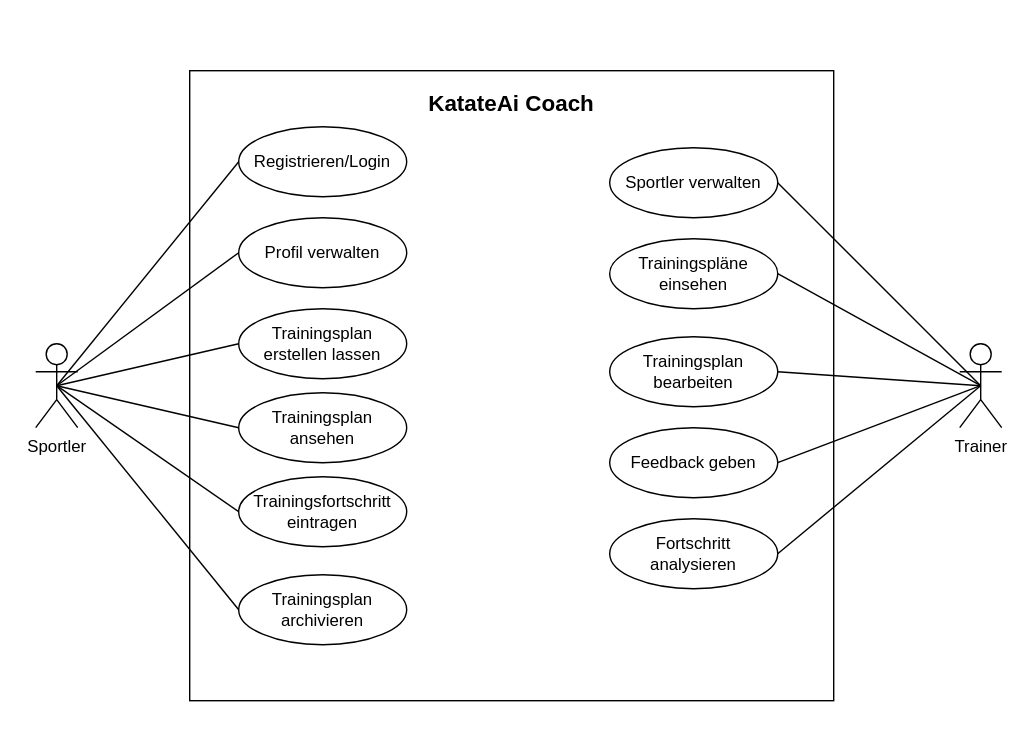
Before: doc/uc-diagram.drawio.svg, a diagram exported from draw.io (Arben-ai/karateaicoach). Source tidied: cells renumbered, new cells last; positions are measured from the earlier drawing's top-left corner, leaving out a move shared by most shapes. The source it was exported from:
```xml
<mxGraphModel>
  <root>
    <mxCell id="0" />
    <mxCell id="1" parent="0" />
    <mxCell id="2" style="rounded=0;whiteSpace=wrap;html=1;strokeColor=none;" parent="1" vertex="1">
      <mxGeometry width="730" height="530" as="geometry" />
    </mxCell>
    <mxCell id="3" value="&lt;font style=&quot;font-size: 16px;&quot;&gt;&lt;b&gt;KatateAi Coach&lt;/b&gt;&lt;/font&gt;&lt;div&gt;&lt;br&gt;&lt;/div&gt;&lt;div&gt;&lt;br&gt;&lt;/div&gt;&lt;div&gt;&lt;br&gt;&lt;/div&gt;&lt;div&gt;&lt;br&gt;&lt;/div&gt;&lt;div&gt;&lt;br&gt;&lt;/div&gt;&lt;div&gt;&lt;br&gt;&lt;/div&gt;&lt;div&gt;&lt;br&gt;&lt;/div&gt;&lt;div&gt;&lt;br&gt;&lt;/div&gt;&lt;div&gt;&lt;br&gt;&lt;/div&gt;&lt;div&gt;&lt;br&gt;&lt;/div&gt;&lt;div&gt;&lt;br&gt;&lt;/div&gt;&lt;div&gt;&lt;br&gt;&lt;/div&gt;&lt;div&gt;&lt;br&gt;&lt;/div&gt;&lt;div&gt;&lt;br&gt;&lt;/div&gt;&lt;div&gt;&lt;br&gt;&lt;/div&gt;&lt;div&gt;&lt;br&gt;&lt;/div&gt;&lt;div&gt;&lt;br&gt;&lt;/div&gt;&lt;div&gt;&lt;br&gt;&lt;/div&gt;&lt;div&gt;&lt;br&gt;&lt;/div&gt;&lt;div&gt;&lt;br&gt;&lt;/div&gt;&lt;div&gt;&lt;br&gt;&lt;/div&gt;&lt;div&gt;&lt;br&gt;&lt;/div&gt;&lt;div&gt;&lt;br&gt;&lt;/div&gt;&lt;div&gt;&lt;br&gt;&lt;/div&gt;&lt;div&gt;&lt;br&gt;&lt;/div&gt;&lt;div&gt;&lt;br&gt;&lt;/div&gt;&lt;div&gt;&lt;br&gt;&lt;/div&gt;&lt;div&gt;&lt;br&gt;&lt;/div&gt;" style="rounded=0;whiteSpace=wrap;html=1;" parent="1" vertex="1">
      <mxGeometry x="135" y="50" width="460" height="450" as="geometry" />
    </mxCell>
    <mxCell id="4" style="edgeStyle=none;shape=connector;rounded=1;html=1;exitX=0.5;exitY=0.5;exitDx=0;exitDy=0;exitPerimeter=0;entryX=0;entryY=0.5;entryDx=0;entryDy=0;strokeColor=default;align=center;verticalAlign=middle;fontFamily=Helvetica;fontSize=11;fontColor=default;labelBackgroundColor=default;endArrow=none;endFill=0;" parent="1" edge="1" source="6" target="11">
      <mxGeometry relative="1" as="geometry" />
    </mxCell>
    <mxCell id="5" style="edgeStyle=none;shape=connector;rounded=1;html=1;exitX=0.5;exitY=0.5;exitDx=0;exitDy=0;exitPerimeter=0;entryX=0;entryY=0.5;entryDx=0;entryDy=0;strokeColor=default;align=center;verticalAlign=middle;fontFamily=Helvetica;fontSize=11;fontColor=default;labelBackgroundColor=default;endArrow=none;endFill=0;" parent="1" edge="1" source="6" target="10">
      <mxGeometry relative="1" as="geometry" />
    </mxCell>
    <mxCell id="6" value="Sportler" style="shape=umlActor;verticalLabelPosition=bottom;verticalAlign=top;html=1;outlineConnect=0;" parent="1" vertex="1">
      <mxGeometry x="25" y="245" width="30" height="60" as="geometry" />
    </mxCell>
    <mxCell id="7" style="edgeStyle=none;shape=connector;rounded=1;html=1;exitX=0.5;exitY=0.5;exitDx=0;exitDy=0;exitPerimeter=0;entryX=1;entryY=0.5;entryDx=0;entryDy=0;strokeColor=default;align=center;verticalAlign=middle;fontFamily=Helvetica;fontSize=11;fontColor=default;labelBackgroundColor=default;endArrow=none;endFill=0;" parent="1" edge="1" source="8" target="15">
      <mxGeometry relative="1" as="geometry" />
    </mxCell>
    <mxCell id="8" value="Trainer" style="shape=umlActor;verticalLabelPosition=bottom;verticalAlign=top;html=1;outlineConnect=0;" parent="1" vertex="1">
      <mxGeometry x="685" y="245" width="30" height="60" as="geometry" />
    </mxCell>
    <mxCell id="9" value="Registrieren/Login" style="ellipse;whiteSpace=wrap;html=1;" parent="1" vertex="1">
      <mxGeometry x="170" y="90" width="120" height="50" as="geometry" />
    </mxCell>
    <mxCell id="10" value="Trainingsplan erstellen lassen" style="ellipse;whiteSpace=wrap;html=1;" parent="1" vertex="1">
      <mxGeometry x="170" y="220" width="120" height="50" as="geometry" />
    </mxCell>
    <mxCell id="11" value="Profil verwalten" style="ellipse;whiteSpace=wrap;html=1;" parent="1" vertex="1">
      <mxGeometry x="170" y="155" width="120" height="50" as="geometry" />
    </mxCell>
    <mxCell id="12" value="Trainingsplan ansehen" style="ellipse;whiteSpace=wrap;html=1;" parent="1" vertex="1">
      <mxGeometry x="170" y="280" width="120" height="50" as="geometry" />
    </mxCell>
    <mxCell id="13" value="Trainingsfortschritt eintragen" style="ellipse;whiteSpace=wrap;html=1;" parent="1" vertex="1">
      <mxGeometry x="170" y="340" width="120" height="50" as="geometry" />
    </mxCell>
    <mxCell id="14" value="Trainingsplan archivieren" style="ellipse;whiteSpace=wrap;html=1;" parent="1" vertex="1">
      <mxGeometry x="170" y="410" width="120" height="50" as="geometry" />
    </mxCell>
    <mxCell id="15" value="Sportler verwalten" style="ellipse;whiteSpace=wrap;html=1;" parent="1" vertex="1">
      <mxGeometry x="435" y="105" width="120" height="50" as="geometry" />
    </mxCell>
    <mxCell id="16" value="Trainingspläne einsehen" style="ellipse;whiteSpace=wrap;html=1;" parent="1" vertex="1">
      <mxGeometry x="435" y="170" width="120" height="50" as="geometry" />
    </mxCell>
    <mxCell id="17" value="Trainingsplan bearbeiten" style="ellipse;whiteSpace=wrap;html=1;" parent="1" vertex="1">
      <mxGeometry x="435" y="240" width="120" height="50" as="geometry" />
    </mxCell>
    <mxCell id="18" value="Feedback geben" style="ellipse;whiteSpace=wrap;html=1;" parent="1" vertex="1">
      <mxGeometry x="435" y="305" width="120" height="50" as="geometry" />
    </mxCell>
    <mxCell id="19" value="Fortschritt analysieren" style="ellipse;whiteSpace=wrap;html=1;" parent="1" vertex="1">
      <mxGeometry x="435" y="370" width="120" height="50" as="geometry" />
    </mxCell>
    <mxCell id="20" style="edgeStyle=none;html=1;exitX=0;exitY=0.5;exitDx=0;exitDy=0;entryX=0.5;entryY=0.5;entryDx=0;entryDy=0;entryPerimeter=0;endArrow=none;endFill=0;" parent="1" edge="1" source="9" target="6">
      <mxGeometry relative="1" as="geometry" />
    </mxCell>
    <mxCell id="21" style="edgeStyle=none;shape=connector;rounded=1;html=1;exitX=0;exitY=0.5;exitDx=0;exitDy=0;entryX=0.5;entryY=0.5;entryDx=0;entryDy=0;entryPerimeter=0;strokeColor=default;align=center;verticalAlign=middle;fontFamily=Helvetica;fontSize=11;fontColor=default;labelBackgroundColor=default;endArrow=none;endFill=0;" parent="1" edge="1" source="12" target="6">
      <mxGeometry relative="1" as="geometry" />
    </mxCell>
    <mxCell id="22" style="edgeStyle=none;shape=connector;rounded=1;html=1;exitX=0;exitY=0.5;exitDx=0;exitDy=0;entryX=0.5;entryY=0.5;entryDx=0;entryDy=0;entryPerimeter=0;strokeColor=default;align=center;verticalAlign=middle;fontFamily=Helvetica;fontSize=11;fontColor=default;labelBackgroundColor=default;endArrow=none;endFill=0;" parent="1" edge="1" source="13" target="6">
      <mxGeometry relative="1" as="geometry" />
    </mxCell>
    <mxCell id="23" style="edgeStyle=none;shape=connector;rounded=1;html=1;exitX=0;exitY=0.5;exitDx=0;exitDy=0;entryX=0.5;entryY=0.5;entryDx=0;entryDy=0;entryPerimeter=0;strokeColor=default;align=center;verticalAlign=middle;fontFamily=Helvetica;fontSize=11;fontColor=default;labelBackgroundColor=default;endArrow=none;endFill=0;" parent="1" edge="1" source="14" target="6">
      <mxGeometry relative="1" as="geometry" />
    </mxCell>
    <mxCell id="24" style="edgeStyle=none;shape=connector;rounded=1;html=1;exitX=1;exitY=0.5;exitDx=0;exitDy=0;entryX=0.5;entryY=0.5;entryDx=0;entryDy=0;entryPerimeter=0;strokeColor=default;align=center;verticalAlign=middle;fontFamily=Helvetica;fontSize=11;fontColor=default;labelBackgroundColor=default;endArrow=none;endFill=0;" parent="1" edge="1" source="16" target="8">
      <mxGeometry relative="1" as="geometry" />
    </mxCell>
    <mxCell id="25" style="edgeStyle=none;shape=connector;rounded=1;html=1;exitX=1;exitY=0.5;exitDx=0;exitDy=0;entryX=0.5;entryY=0.5;entryDx=0;entryDy=0;entryPerimeter=0;strokeColor=default;align=center;verticalAlign=middle;fontFamily=Helvetica;fontSize=11;fontColor=default;labelBackgroundColor=default;endArrow=none;endFill=0;" parent="1" edge="1" source="17" target="8">
      <mxGeometry relative="1" as="geometry" />
    </mxCell>
    <mxCell id="26" style="edgeStyle=none;shape=connector;rounded=1;html=1;exitX=1;exitY=0.5;exitDx=0;exitDy=0;entryX=0.5;entryY=0.5;entryDx=0;entryDy=0;entryPerimeter=0;strokeColor=default;align=center;verticalAlign=middle;fontFamily=Helvetica;fontSize=11;fontColor=default;labelBackgroundColor=default;endArrow=none;endFill=0;" parent="1" edge="1" source="18" target="8">
      <mxGeometry relative="1" as="geometry" />
    </mxCell>
    <mxCell id="27" style="edgeStyle=none;shape=connector;rounded=1;html=1;exitX=1;exitY=0.5;exitDx=0;exitDy=0;entryX=0.5;entryY=0.5;entryDx=0;entryDy=0;entryPerimeter=0;strokeColor=default;align=center;verticalAlign=middle;fontFamily=Helvetica;fontSize=11;fontColor=default;labelBackgroundColor=default;endArrow=none;endFill=0;" parent="1" edge="1" source="19" target="8">
      <mxGeometry relative="1" as="geometry" />
    </mxCell>
  </root>
</mxGraphModel>
```
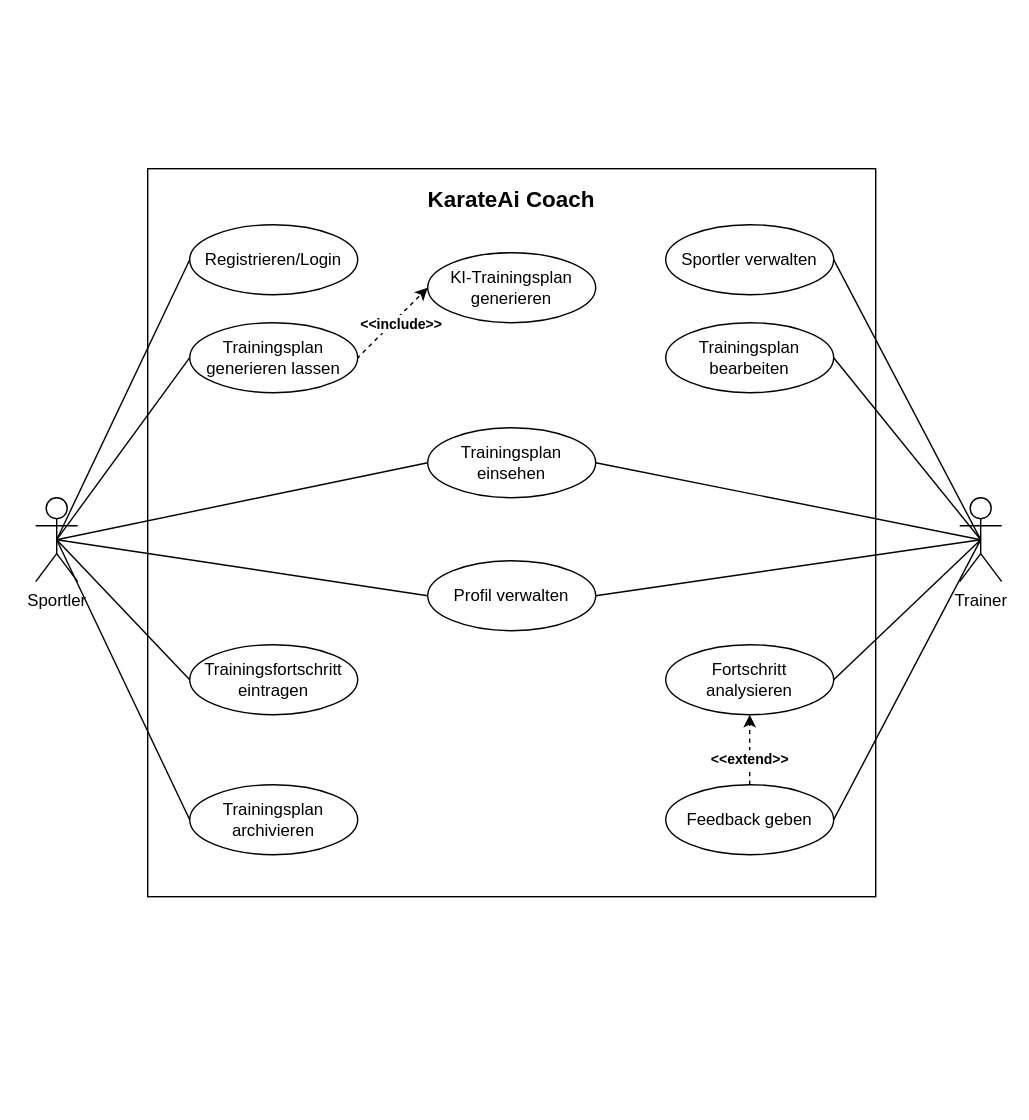
After the change.

Commit message:
Update Use Case and ER diagram

The edit, as a diff of the source:
```diff
@@ -3,10 +3,10 @@
     <mxCell id="0" />
     <mxCell id="1" parent="0" />
     <mxCell id="2" style="rounded=0;whiteSpace=wrap;html=1;strokeColor=none;" parent="1" vertex="1">
-      <mxGeometry width="730" height="530" as="geometry" />
+      <mxGeometry y="-110" width="735" height="800" as="geometry" />
     </mxCell>
-    <mxCell id="3" value="&lt;font style=&quot;font-size: 16px;&quot;&gt;&lt;b&gt;KatateAi Coach&lt;/b&gt;&lt;/font&gt;&lt;div&gt;&lt;br&gt;&lt;/div&gt;&lt;div&gt;&lt;br&gt;&lt;/div&gt;&lt;div&gt;&lt;br&gt;&lt;/div&gt;&lt;div&gt;&lt;br&gt;&lt;/div&gt;&lt;div&gt;&lt;br&gt;&lt;/div&gt;&lt;div&gt;&lt;br&gt;&lt;/div&gt;&lt;div&gt;&lt;br&gt;&lt;/div&gt;&lt;div&gt;&lt;br&gt;&lt;/div&gt;&lt;div&gt;&lt;br&gt;&lt;/div&gt;&lt;div&gt;&lt;br&gt;&lt;/div&gt;&lt;div&gt;&lt;br&gt;&lt;/div&gt;&lt;div&gt;&lt;br&gt;&lt;/div&gt;&lt;div&gt;&lt;br&gt;&lt;/div&gt;&lt;div&gt;&lt;br&gt;&lt;/div&gt;&lt;div&gt;&lt;br&gt;&lt;/div&gt;&lt;div&gt;&lt;br&gt;&lt;/div&gt;&lt;div&gt;&lt;br&gt;&lt;/div&gt;&lt;div&gt;&lt;br&gt;&lt;/div&gt;&lt;div&gt;&lt;br&gt;&lt;/div&gt;&lt;div&gt;&lt;br&gt;&lt;/div&gt;&lt;div&gt;&lt;br&gt;&lt;/div&gt;&lt;div&gt;&lt;br&gt;&lt;/div&gt;&lt;div&gt;&lt;br&gt;&lt;/div&gt;&lt;div&gt;&lt;br&gt;&lt;/div&gt;&lt;div&gt;&lt;br&gt;&lt;/div&gt;&lt;div&gt;&lt;br&gt;&lt;/div&gt;&lt;div&gt;&lt;br&gt;&lt;/div&gt;&lt;div&gt;&lt;br&gt;&lt;/div&gt;" style="rounded=0;whiteSpace=wrap;html=1;" parent="1" vertex="1">
-      <mxGeometry x="135" y="50" width="460" height="450" as="geometry" />
+    <mxCell id="3" value="&lt;font style=&quot;font-size: 16px;&quot;&gt;&lt;b&gt;KarateAi Coach&lt;/b&gt;&lt;/font&gt;&lt;div&gt;&lt;br&gt;&lt;/div&gt;&lt;div&gt;&lt;br&gt;&lt;/div&gt;&lt;div&gt;&lt;br&gt;&lt;/div&gt;&lt;div&gt;&lt;br&gt;&lt;/div&gt;&lt;div&gt;&lt;br&gt;&lt;/div&gt;&lt;div&gt;&lt;br&gt;&lt;/div&gt;&lt;div&gt;&lt;br&gt;&lt;/div&gt;&lt;div&gt;&lt;br&gt;&lt;/div&gt;&lt;div&gt;&lt;br&gt;&lt;/div&gt;&lt;div&gt;&lt;br&gt;&lt;/div&gt;&lt;div&gt;&lt;br&gt;&lt;/div&gt;&lt;div&gt;&lt;br&gt;&lt;/div&gt;&lt;div&gt;&lt;br&gt;&lt;/div&gt;&lt;div&gt;&lt;br&gt;&lt;/div&gt;&lt;div&gt;&lt;br&gt;&lt;/div&gt;&lt;div&gt;&lt;br&gt;&lt;/div&gt;&lt;div&gt;&lt;br&gt;&lt;/div&gt;&lt;div&gt;&lt;br&gt;&lt;/div&gt;&lt;div&gt;&lt;br&gt;&lt;/div&gt;&lt;div&gt;&lt;br&gt;&lt;/div&gt;&lt;div&gt;&lt;br&gt;&lt;/div&gt;&lt;div&gt;&lt;br&gt;&lt;/div&gt;&lt;div&gt;&lt;br&gt;&lt;/div&gt;&lt;div&gt;&lt;br&gt;&lt;/div&gt;&lt;div&gt;&lt;br&gt;&lt;/div&gt;&lt;div&gt;&lt;br&gt;&lt;/div&gt;&lt;div&gt;&lt;br&gt;&lt;/div&gt;&lt;div&gt;&lt;br&gt;&lt;/div&gt;&lt;div&gt;&lt;br&gt;&lt;/div&gt;&lt;div&gt;&lt;br&gt;&lt;/div&gt;&lt;div&gt;&lt;br&gt;&lt;/div&gt;&lt;div&gt;&lt;br&gt;&lt;/div&gt;&lt;div&gt;&lt;br&gt;&lt;/div&gt;" style="rounded=0;whiteSpace=wrap;html=1;" parent="1" vertex="1">
+      <mxGeometry x="105" y="10" width="520" height="520" as="geometry" />
     </mxCell>
     <mxCell id="4" style="edgeStyle=none;shape=connector;rounded=1;html=1;exitX=0.5;exitY=0.5;exitDx=0;exitDy=0;exitPerimeter=0;entryX=0;entryY=0.5;entryDx=0;entryDy=0;strokeColor=default;align=center;verticalAlign=middle;fontFamily=Helvetica;fontSize=11;fontColor=default;labelBackgroundColor=default;endArrow=none;endFill=0;" parent="1" edge="1" source="6" target="11">
       <mxGeometry relative="1" as="geometry" />
@@ -24,37 +24,48 @@
       <mxGeometry x="685" y="245" width="30" height="60" as="geometry" />
     </mxCell>
     <mxCell id="9" value="Registrieren/Login" style="ellipse;whiteSpace=wrap;html=1;" parent="1" vertex="1">
-      <mxGeometry x="170" y="90" width="120" height="50" as="geometry" />
+      <mxGeometry x="135" y="50" width="120" height="50" as="geometry" />
     </mxCell>
+    <mxCell id="28" style="edgeStyle=none;html=1;exitX=1;exitY=1;exitDx=0;exitDy=0;entryX=0;entryY=0.5;entryDx=0;entryDy=0;dashed=1;" parent="1" edge="1" source="10" target="32">
+      <mxGeometry relative="1" as="geometry" />
+    </mxCell>
+    <mxCell id="29" value="&lt;span style=&quot;color: rgb(0, 0, 0); font-size: 10px; font-weight: 700;&quot;&gt;&amp;lt;&amp;lt;include&amp;gt;&amp;gt;&lt;/span&gt;" style="edgeLabel;html=1;align=center;verticalAlign=middle;" parent="28" vertex="1">
+      <mxGeometry x="-0.02" y="-1" relative="1" as="geometry">
+        <mxPoint x="14" y="-10" as="offset" />
+      </mxGeometry>
+    </mxCell>
-    <mxCell id="10" value="Trainingsplan erstellen lassen" style="ellipse;whiteSpace=wrap;html=1;" parent="1" vertex="1">
-      <mxGeometry x="170" y="220" width="120" height="50" as="geometry" />
+    <mxCell id="10" value="Trainingsplan generieren lassen" style="ellipse;whiteSpace=wrap;html=1;" parent="1" vertex="1">
+      <mxGeometry x="135" y="120" width="120" height="50" as="geometry" />
     </mxCell>
     <mxCell id="11" value="Profil verwalten" style="ellipse;whiteSpace=wrap;html=1;" parent="1" vertex="1">
-      <mxGeometry x="170" y="155" width="120" height="50" as="geometry" />
+      <mxGeometry x="305" y="290" width="120" height="50" as="geometry" />
     </mxCell>
-    <mxCell id="12" value="Trainingsplan ansehen" style="ellipse;whiteSpace=wrap;html=1;" parent="1" vertex="1">
-      <mxGeometry x="170" y="280" width="120" height="50" as="geometry" />
+    <mxCell id="12" value="Trainingsplan einsehen" style="ellipse;whiteSpace=wrap;html=1;" parent="1" vertex="1">
+      <mxGeometry x="305" y="195" width="120" height="50" as="geometry" />
     </mxCell>
     <mxCell id="13" value="Trainingsfortschritt eintragen" style="ellipse;whiteSpace=wrap;html=1;" parent="1" vertex="1">
-      <mxGeometry x="170" y="340" width="120" height="50" as="geometry" />
+      <mxGeometry x="135" y="350" width="120" height="50" as="geometry" />
     </mxCell>
     <mxCell id="14" value="Trainingsplan archivieren" style="ellipse;whiteSpace=wrap;html=1;" parent="1" vertex="1">
-      <mxGeometry x="170" y="410" width="120" height="50" as="geometry" />
+      <mxGeometry x="135" y="450" width="120" height="50" as="geometry" />
     </mxCell>
     <mxCell id="15" value="Sportler verwalten" style="ellipse;whiteSpace=wrap;html=1;" parent="1" vertex="1">
-      <mxGeometry x="435" y="105" width="120" height="50" as="geometry" />
+      <mxGeometry x="475" y="50" width="120" height="50" as="geometry" />
     </mxCell>
-    <mxCell id="16" value="Trainingspläne einsehen" style="ellipse;whiteSpace=wrap;html=1;" parent="1" vertex="1">
-      <mxGeometry x="435" y="170" width="120" height="50" as="geometry" />
-    </mxCell>
     <mxCell id="17" value="Trainingsplan bearbeiten" style="ellipse;whiteSpace=wrap;html=1;" parent="1" vertex="1">
-      <mxGeometry x="435" y="240" width="120" height="50" as="geometry" />
+      <mxGeometry x="475" y="120" width="120" height="50" as="geometry" />
     </mxCell>
+    <mxCell id="30" style="edgeStyle=none;html=1;exitX=0.5;exitY=0;exitDx=0;exitDy=0;entryX=0.5;entryY=1;entryDx=0;entryDy=0;dashed=1;" parent="1" edge="1" source="18" target="19">
+      <mxGeometry relative="1" as="geometry" />
+    </mxCell>
+    <mxCell id="31" value="&lt;b&gt;&lt;font style=&quot;font-size: 10px;&quot;&gt;&amp;lt;&amp;lt;extend&amp;gt;&amp;gt;&lt;/font&gt;&lt;/b&gt;" style="edgeLabel;html=1;align=center;verticalAlign=middle;" parent="30" vertex="1">
+      <mxGeometry x="-0.25" y="1" relative="1" as="geometry" />
+    </mxCell>
     <mxCell id="18" value="Feedback geben" style="ellipse;whiteSpace=wrap;html=1;" parent="1" vertex="1">
-      <mxGeometry x="435" y="305" width="120" height="50" as="geometry" />
+      <mxGeometry x="475" y="450" width="120" height="50" as="geometry" />
     </mxCell>
     <mxCell id="19" value="Fortschritt analysieren" style="ellipse;whiteSpace=wrap;html=1;" parent="1" vertex="1">
-      <mxGeometry x="435" y="370" width="120" height="50" as="geometry" />
+      <mxGeometry x="475" y="350" width="120" height="50" as="geometry" />
     </mxCell>
     <mxCell id="20" style="edgeStyle=none;html=1;exitX=0;exitY=0.5;exitDx=0;exitDy=0;entryX=0.5;entryY=0.5;entryDx=0;entryDy=0;entryPerimeter=0;endArrow=none;endFill=0;" parent="1" edge="1" source="9" target="6">
       <mxGeometry relative="1" as="geometry" />
@@ -68,7 +79,7 @@
     <mxCell id="23" style="edgeStyle=none;shape=connector;rounded=1;html=1;exitX=0;exitY=0.5;exitDx=0;exitDy=0;entryX=0.5;entryY=0.5;entryDx=0;entryDy=0;entryPerimeter=0;strokeColor=default;align=center;verticalAlign=middle;fontFamily=Helvetica;fontSize=11;fontColor=default;labelBackgroundColor=default;endArrow=none;endFill=0;" parent="1" edge="1" source="14" target="6">
       <mxGeometry relative="1" as="geometry" />
     </mxCell>
-    <mxCell id="24" style="edgeStyle=none;shape=connector;rounded=1;html=1;exitX=1;exitY=0.5;exitDx=0;exitDy=0;entryX=0.5;entryY=0.5;entryDx=0;entryDy=0;entryPerimeter=0;strokeColor=default;align=center;verticalAlign=middle;fontFamily=Helvetica;fontSize=11;fontColor=default;labelBackgroundColor=default;endArrow=none;endFill=0;" parent="1" edge="1" source="16" target="8">
+    <mxCell id="24" style="edgeStyle=none;shape=connector;rounded=1;html=1;entryX=0.5;entryY=0.5;entryDx=0;entryDy=0;entryPerimeter=0;strokeColor=default;align=center;verticalAlign=middle;fontFamily=Helvetica;fontSize=11;fontColor=default;labelBackgroundColor=default;endArrow=none;endFill=0;exitX=1;exitY=0.5;exitDx=0;exitDy=0;" parent="1" edge="1" source="12" target="8">
       <mxGeometry relative="1" as="geometry" />
     </mxCell>
     <mxCell id="25" style="edgeStyle=none;shape=connector;rounded=1;html=1;exitX=1;exitY=0.5;exitDx=0;exitDy=0;entryX=0.5;entryY=0.5;entryDx=0;entryDy=0;entryPerimeter=0;strokeColor=default;align=center;verticalAlign=middle;fontFamily=Helvetica;fontSize=11;fontColor=default;labelBackgroundColor=default;endArrow=none;endFill=0;" parent="1" edge="1" source="17" target="8">
@@ -80,5 +91,11 @@
     <mxCell id="27" style="edgeStyle=none;shape=connector;rounded=1;html=1;exitX=1;exitY=0.5;exitDx=0;exitDy=0;entryX=0.5;entryY=0.5;entryDx=0;entryDy=0;entryPerimeter=0;strokeColor=default;align=center;verticalAlign=middle;fontFamily=Helvetica;fontSize=11;fontColor=default;labelBackgroundColor=default;endArrow=none;endFill=0;" parent="1" edge="1" source="19" target="8">
       <mxGeometry relative="1" as="geometry" />
     </mxCell>
+    <mxCell id="32" value="KI-Trainingsplan generieren" style="ellipse;whiteSpace=wrap;html=1;" parent="1" vertex="1">
+      <mxGeometry x="305" y="70" width="120" height="50" as="geometry" />
+    </mxCell>
+    <mxCell id="33" style="edgeStyle=none;shape=connector;rounded=1;html=1;exitX=0.5;exitY=0.5;exitDx=0;exitDy=0;exitPerimeter=0;entryX=1;entryY=0.5;entryDx=0;entryDy=0;strokeColor=default;align=center;verticalAlign=middle;fontFamily=Helvetica;fontSize=11;fontColor=default;labelBackgroundColor=default;endArrow=none;endFill=0;" parent="1" edge="1" source="8" target="11">
+      <mxGeometry relative="1" as="geometry" />
+    </mxCell>
   </root>
 </mxGraphModel>
```
